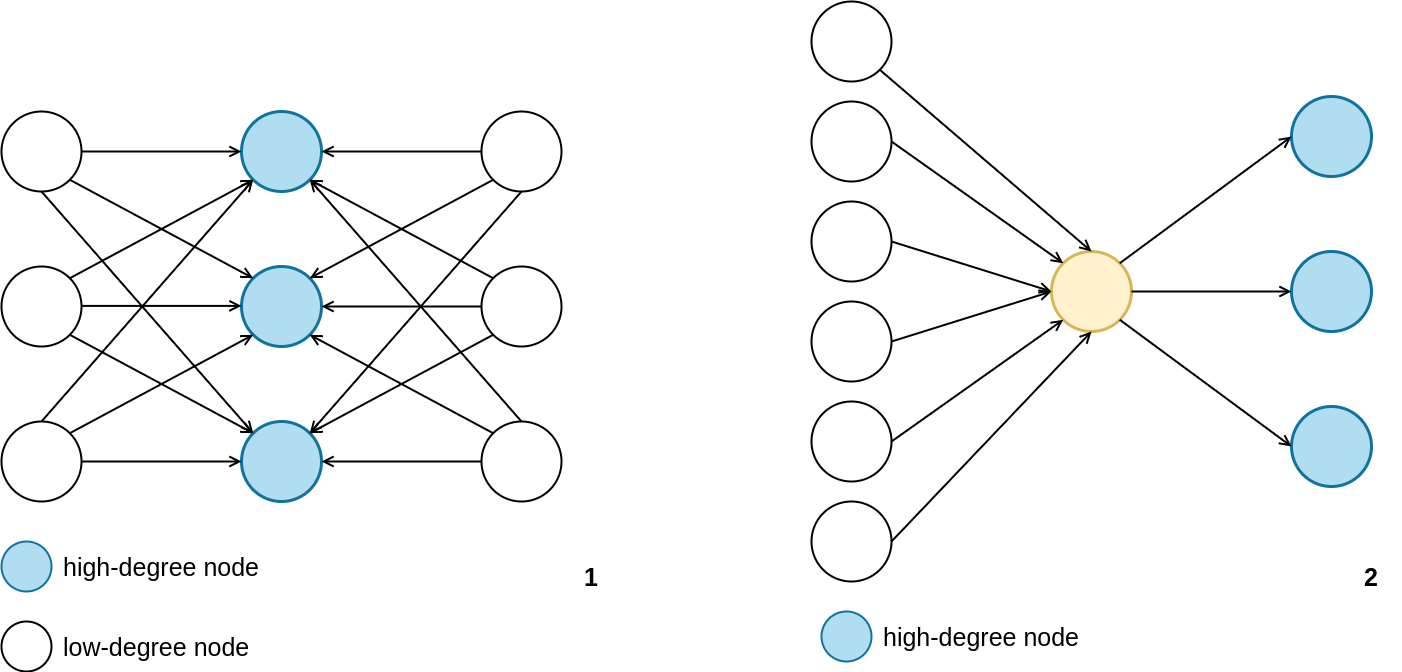
Earlier version of the draw.io export img/dedensification.png (Razyapoo/KGBClusteringDocumentation). Source tidied: cells renumbered, new cells last; positions are measured from the earlier drawing's top-left corner, leaving out a move shared by most shapes. The source it was exported from:
```xml
<mxGraphModel>
  <root>
    <mxCell id="0" />
    <mxCell id="1" parent="0" />
    <mxCell id="2" style="ellipse;whiteSpace=wrap;html=1;strokeColor=#000000;strokeWidth=2;fontSize=28;fontColor=#97D077;fillColor=none;" parent="1" vertex="1">
      <mxGeometry y="110" width="80" height="80" as="geometry" />
    </mxCell>
    <mxCell id="3" style="ellipse;whiteSpace=wrap;html=1;strokeColor=#000000;strokeWidth=2;fontSize=28;fontColor=#97D077;fillColor=none;" parent="1" vertex="1">
      <mxGeometry y="265" width="80" height="80" as="geometry" />
    </mxCell>
    <mxCell id="4" style="ellipse;whiteSpace=wrap;html=1;strokeColor=#000000;strokeWidth=2;fontSize=28;fontColor=#97D077;fillColor=none;" parent="1" vertex="1">
      <mxGeometry y="420" width="80" height="80" as="geometry" />
    </mxCell>
    <mxCell id="5" style="ellipse;whiteSpace=wrap;html=1;strokeWidth=3;fontSize=28;fillColor=#b1ddf0;strokeColor=#10739e;" parent="1" vertex="1">
      <mxGeometry x="240" y="110" width="80" height="80" as="geometry" />
    </mxCell>
    <mxCell id="6" style="ellipse;whiteSpace=wrap;html=1;strokeColor=#10739e;strokeWidth=3;fontSize=28;fillColor=#b1ddf0;" parent="1" vertex="1">
      <mxGeometry x="240" y="265" width="80" height="80" as="geometry" />
    </mxCell>
    <mxCell id="7" style="ellipse;whiteSpace=wrap;html=1;strokeWidth=3;fontSize=28;fillColor=#b1ddf0;strokeColor=#10739e;" parent="1" vertex="1">
      <mxGeometry x="240" y="420" width="80" height="80" as="geometry" />
    </mxCell>
    <mxCell id="8" style="ellipse;whiteSpace=wrap;html=1;strokeColor=#000000;strokeWidth=2;fontSize=28;fontColor=#97D077;fillColor=none;" parent="1" vertex="1">
      <mxGeometry x="480" y="110" width="80" height="80" as="geometry" />
    </mxCell>
    <mxCell id="9" style="ellipse;whiteSpace=wrap;html=1;strokeColor=#000000;strokeWidth=2;fontSize=28;fontColor=#97D077;fillColor=none;" parent="1" vertex="1">
      <mxGeometry x="480" y="265" width="80" height="80" as="geometry" />
    </mxCell>
    <mxCell id="10" style="ellipse;whiteSpace=wrap;html=1;strokeColor=#000000;strokeWidth=2;fontSize=28;fontColor=#97D077;fillColor=none;" parent="1" vertex="1">
      <mxGeometry x="480" y="420" width="80" height="80" as="geometry" />
    </mxCell>
    <mxCell id="11" style="endArrow=open;html=1;rounded=0;fontSize=28;fontColor=#97D077;exitX=1;exitY=0.5;exitDx=0;exitDy=0;entryX=0;entryY=0.5;entryDx=0;entryDy=0;strokeWidth=2;endFill=0;startSize=6;jumpSize=8;jumpStyle=arc;endSize=8;" parent="1" edge="1" source="2" target="5">
      <mxGeometry relative="1" as="geometry" />
    </mxCell>
    <mxCell id="12" style="endArrow=open;html=1;rounded=0;fontSize=28;fontColor=#97D077;entryX=0;entryY=0;entryDx=0;entryDy=0;strokeWidth=2;exitX=1;exitY=1;exitDx=0;exitDy=0;endFill=0;startSize=6;endSize=8;" parent="1" edge="1" source="2" target="6">
      <mxGeometry relative="1" as="geometry" />
    </mxCell>
    <mxCell id="13" style="endArrow=open;html=1;rounded=0;fontSize=28;fontColor=#97D077;strokeWidth=2;exitX=0.5;exitY=1;exitDx=0;exitDy=0;endFill=0;endSize=8;entryX=0;entryY=0;entryDx=0;entryDy=0;" parent="1" edge="1" source="2" target="7">
      <mxGeometry relative="1" as="geometry" />
    </mxCell>
    <mxCell id="14" style="endArrow=open;html=1;rounded=0;fontSize=28;fontColor=#97D077;exitX=1;exitY=0.5;exitDx=0;exitDy=0;entryX=0;entryY=0.5;entryDx=0;entryDy=0;strokeWidth=2;endFill=0;endSize=8;" parent="1" edge="1">
      <mxGeometry relative="1" as="geometry">
        <mxPoint x="80" y="304.4" as="sourcePoint" />
        <mxPoint x="240" y="304.4" as="targetPoint" />
      </mxGeometry>
    </mxCell>
    <mxCell id="15" style="endArrow=open;html=1;rounded=0;fontSize=28;fontColor=#97D077;exitX=0;exitY=0.5;exitDx=0;exitDy=0;entryX=1;entryY=0.5;entryDx=0;entryDy=0;strokeWidth=2;endFill=0;startSize=6;jumpSize=8;jumpStyle=none;endSize=8;" parent="1" edge="1" source="8" target="5">
      <mxGeometry relative="1" as="geometry" />
    </mxCell>
    <mxCell id="16" style="endArrow=open;html=1;rounded=0;fontSize=28;fontColor=#97D077;exitX=0;exitY=1;exitDx=0;exitDy=0;entryX=1;entryY=0;entryDx=0;entryDy=0;strokeWidth=2;endFill=0;startSize=6;jumpSize=8;jumpStyle=arc;endSize=8;" parent="1" edge="1" source="8" target="6">
      <mxGeometry relative="1" as="geometry" />
    </mxCell>
    <mxCell id="17" style="endArrow=open;html=1;rounded=0;fontSize=28;fontColor=#97D077;exitX=0.5;exitY=1;exitDx=0;exitDy=0;entryX=1;entryY=0;entryDx=0;entryDy=0;strokeWidth=2;endFill=0;startSize=6;jumpSize=8;jumpStyle=arc;endSize=8;" parent="1" edge="1" source="8" target="7">
      <mxGeometry relative="1" as="geometry" />
    </mxCell>
    <mxCell id="18" style="endArrow=open;html=1;rounded=0;fontSize=28;fontColor=#97D077;strokeWidth=2;exitX=1;exitY=1;exitDx=0;exitDy=0;endFill=0;endSize=8;entryX=0;entryY=0;entryDx=0;entryDy=0;" parent="1" edge="1" source="3" target="7">
      <mxGeometry relative="1" as="geometry" />
    </mxCell>
    <mxCell id="19" style="endArrow=open;html=1;rounded=0;fontSize=28;fontColor=#97D077;strokeWidth=2;endFill=0;endSize=8;entryX=0;entryY=0.5;entryDx=0;entryDy=0;exitX=1;exitY=0.5;exitDx=0;exitDy=0;" parent="1" edge="1" source="4" target="7">
      <mxGeometry relative="1" as="geometry" />
    </mxCell>
    <mxCell id="20" style="endArrow=open;html=1;rounded=0;fontSize=28;fontColor=#97D077;exitX=1;exitY=0;exitDx=0;exitDy=0;entryX=0;entryY=1;entryDx=0;entryDy=0;strokeWidth=2;endFill=0;endSize=8;" parent="1" edge="1" source="3" target="5">
      <mxGeometry relative="1" as="geometry" />
    </mxCell>
    <mxCell id="21" style="endArrow=open;html=1;rounded=0;fontSize=28;fontColor=#97D077;exitX=1;exitY=0;exitDx=0;exitDy=0;entryX=0;entryY=1;entryDx=0;entryDy=0;strokeWidth=2;endFill=0;endSize=8;" parent="1" edge="1" source="4" target="6">
      <mxGeometry relative="1" as="geometry" />
    </mxCell>
    <mxCell id="22" style="endArrow=open;html=1;rounded=0;fontSize=28;fontColor=#97D077;exitX=0.5;exitY=0;exitDx=0;exitDy=0;strokeWidth=2;endFill=0;endSize=8;entryX=0;entryY=1;entryDx=0;entryDy=0;" parent="1" edge="1" source="4" target="5">
      <mxGeometry relative="1" as="geometry" />
    </mxCell>
    <mxCell id="23" style="endArrow=open;html=1;rounded=0;fontSize=28;fontColor=#97D077;exitX=0;exitY=0.5;exitDx=0;exitDy=0;entryX=1;entryY=0.5;entryDx=0;entryDy=0;strokeWidth=2;endFill=0;startSize=6;jumpSize=8;jumpStyle=none;endSize=8;" parent="1" edge="1" source="9" target="6">
      <mxGeometry relative="1" as="geometry" />
    </mxCell>
    <mxCell id="24" style="endArrow=open;html=1;rounded=0;fontSize=28;fontColor=#97D077;strokeWidth=2;endFill=0;startSize=6;jumpSize=8;jumpStyle=none;endSize=8;entryX=1;entryY=0.5;entryDx=0;entryDy=0;exitX=0;exitY=0.5;exitDx=0;exitDy=0;" parent="1" edge="1" source="10" target="7">
      <mxGeometry relative="1" as="geometry" />
    </mxCell>
    <mxCell id="25" style="endArrow=open;html=1;rounded=0;fontSize=28;fontColor=#97D077;exitX=0;exitY=1;exitDx=0;exitDy=0;entryX=1;entryY=0;entryDx=0;entryDy=0;strokeWidth=2;endFill=0;startSize=6;jumpSize=8;jumpStyle=none;endSize=8;" parent="1" edge="1" source="9" target="7">
      <mxGeometry relative="1" as="geometry" />
    </mxCell>
    <mxCell id="26" style="endArrow=open;html=1;rounded=0;fontSize=28;fontColor=#97D077;exitX=0;exitY=0;exitDx=0;exitDy=0;entryX=1;entryY=1;entryDx=0;entryDy=0;strokeWidth=2;endFill=0;startSize=6;jumpSize=8;jumpStyle=none;endSize=8;" parent="1" edge="1" source="9" target="5">
      <mxGeometry relative="1" as="geometry" />
    </mxCell>
    <mxCell id="27" style="endArrow=open;html=1;rounded=0;fontSize=28;fontColor=#97D077;exitX=0.5;exitY=0;exitDx=0;exitDy=0;strokeWidth=2;endFill=0;startSize=6;jumpSize=8;jumpStyle=none;endSize=8;entryX=1;entryY=1;entryDx=0;entryDy=0;" parent="1" edge="1" source="10" target="5">
      <mxGeometry relative="1" as="geometry" />
    </mxCell>
    <mxCell id="28" style="endArrow=open;html=1;rounded=0;fontSize=28;fontColor=#97D077;exitX=0;exitY=0;exitDx=0;exitDy=0;entryX=1;entryY=1;entryDx=0;entryDy=0;strokeWidth=2;endFill=0;startSize=6;jumpSize=8;jumpStyle=none;endSize=8;" parent="1" edge="1" source="10" target="6">
      <mxGeometry relative="1" as="geometry" />
    </mxCell>
    <mxCell id="29" style="ellipse;whiteSpace=wrap;html=1;strokeWidth=2;fontSize=28;fillColor=#b1ddf0;strokeColor=#10739e;" parent="1" vertex="1">
      <mxGeometry y="540" width="50" height="50" as="geometry" />
    </mxCell>
    <mxCell id="30" style="ellipse;whiteSpace=wrap;html=1;strokeColor=#000000;strokeWidth=2;fontSize=28;fontColor=#97D077;fillColor=none;" parent="1" vertex="1">
      <mxGeometry y="620" width="50" height="50" as="geometry" />
    </mxCell>
    <mxCell id="31" value="high-degree node" style="text;html=1;strokeColor=none;fillColor=none;align=left;verticalAlign=middle;whiteSpace=wrap;rounded=0;fontSize=25;fontColor=#000000;" parent="1" vertex="1">
      <mxGeometry x="60" y="550" width="250" height="30" as="geometry" />
    </mxCell>
    <mxCell id="32" value="low-degree node" style="text;html=1;strokeColor=none;fillColor=none;align=left;verticalAlign=middle;whiteSpace=wrap;rounded=0;fontSize=25;fontColor=#000000;" parent="1" vertex="1">
      <mxGeometry x="60" y="630" width="250" height="30" as="geometry" />
    </mxCell>
    <mxCell id="33" value="1" style="text;html=1;strokeColor=none;fillColor=none;align=center;verticalAlign=middle;whiteSpace=wrap;rounded=0;fontSize=25;fontColor=#000000;fontStyle=1;" parent="1" vertex="1">
      <mxGeometry x="560" y="560" width="60" height="30" as="geometry" />
    </mxCell>
    <mxCell id="34" style="ellipse;whiteSpace=wrap;html=1;strokeColor=#000000;strokeWidth=2;fontSize=28;fontColor=#97D077;fillColor=none;" parent="1" vertex="1">
      <mxGeometry x="810" width="80" height="80" as="geometry" />
    </mxCell>
    <mxCell id="35" style="ellipse;whiteSpace=wrap;html=1;strokeColor=#000000;strokeWidth=2;fontSize=28;fontColor=#97D077;fillColor=none;" parent="1" vertex="1">
      <mxGeometry x="810" y="100" width="80" height="80" as="geometry" />
    </mxCell>
    <mxCell id="36" style="ellipse;whiteSpace=wrap;html=1;strokeColor=#000000;strokeWidth=2;fontSize=28;fontColor=#97D077;fillColor=none;" parent="1" vertex="1">
      <mxGeometry x="810" y="200" width="80" height="80" as="geometry" />
    </mxCell>
    <mxCell id="37" style="ellipse;whiteSpace=wrap;html=1;strokeColor=#d6b656;strokeWidth=3;fontSize=28;fillColor=#fff2cc;" parent="1" vertex="1">
      <mxGeometry x="1050" y="250" width="80" height="80" as="geometry" />
    </mxCell>
    <mxCell id="38" style="endArrow=open;html=1;rounded=0;fontSize=28;fontColor=#97D077;exitX=1;exitY=1;exitDx=0;exitDy=0;strokeWidth=2;endFill=0;endSize=8;entryX=0.5;entryY=0;entryDx=0;entryDy=0;" parent="1" edge="1" source="34" target="37">
      <mxGeometry relative="1" as="geometry" />
    </mxCell>
    <mxCell id="39" style="ellipse;whiteSpace=wrap;html=1;strokeColor=#000000;strokeWidth=2;fontSize=28;fontColor=#97D077;fillColor=none;" parent="1" vertex="1">
      <mxGeometry x="810" y="300" width="80" height="80" as="geometry" />
    </mxCell>
    <mxCell id="40" style="ellipse;whiteSpace=wrap;html=1;strokeColor=#000000;strokeWidth=2;fontSize=28;fontColor=#97D077;fillColor=none;" parent="1" vertex="1">
      <mxGeometry x="810" y="400" width="80" height="80" as="geometry" />
    </mxCell>
    <mxCell id="41" style="ellipse;whiteSpace=wrap;html=1;strokeColor=#000000;strokeWidth=2;fontSize=28;fontColor=#97D077;fillColor=none;" parent="1" vertex="1">
      <mxGeometry x="810" y="500" width="80" height="80" as="geometry" />
    </mxCell>
    <mxCell id="42" style="ellipse;whiteSpace=wrap;html=1;strokeWidth=3;fontSize=28;fillColor=#b1ddf0;strokeColor=#10739e;" parent="1" vertex="1">
      <mxGeometry x="1290" y="95" width="80" height="80" as="geometry" />
    </mxCell>
    <mxCell id="43" style="ellipse;whiteSpace=wrap;html=1;strokeColor=#10739e;strokeWidth=3;fontSize=28;fillColor=#b1ddf0;" parent="1" vertex="1">
      <mxGeometry x="1290" y="250" width="80" height="80" as="geometry" />
    </mxCell>
    <mxCell id="44" style="ellipse;whiteSpace=wrap;html=1;strokeWidth=3;fontSize=28;fillColor=#b1ddf0;strokeColor=#10739e;" parent="1" vertex="1">
      <mxGeometry x="1290" y="405" width="80" height="80" as="geometry" />
    </mxCell>
    <mxCell id="45" style="endArrow=open;html=1;rounded=0;fontSize=28;fontColor=#97D077;exitX=1;exitY=0.5;exitDx=0;exitDy=0;strokeWidth=2;endFill=0;endSize=8;entryX=0;entryY=0;entryDx=0;entryDy=0;" parent="1" edge="1" source="35" target="37">
      <mxGeometry relative="1" as="geometry" />
    </mxCell>
    <mxCell id="46" style="endArrow=open;html=1;rounded=0;fontSize=28;fontColor=#97D077;exitX=1;exitY=0.5;exitDx=0;exitDy=0;strokeWidth=2;endFill=0;endSize=8;entryX=0;entryY=0.5;entryDx=0;entryDy=0;" parent="1" edge="1" source="36" target="37">
      <mxGeometry relative="1" as="geometry" />
    </mxCell>
    <mxCell id="47" style="endArrow=open;html=1;rounded=0;fontSize=28;fontColor=#97D077;exitX=1;exitY=0.5;exitDx=0;exitDy=0;strokeWidth=2;endFill=0;endSize=8;entryX=0;entryY=0.5;entryDx=0;entryDy=0;" parent="1" edge="1" source="39" target="37">
      <mxGeometry relative="1" as="geometry" />
    </mxCell>
    <mxCell id="48" style="endArrow=open;html=1;rounded=0;fontSize=28;fontColor=#97D077;exitX=1;exitY=0.5;exitDx=0;exitDy=0;strokeWidth=2;endFill=0;endSize=8;entryX=0;entryY=1;entryDx=0;entryDy=0;" parent="1" edge="1" source="40" target="37">
      <mxGeometry relative="1" as="geometry" />
    </mxCell>
    <mxCell id="49" style="endArrow=open;html=1;rounded=0;fontSize=28;fontColor=#97D077;exitX=1;exitY=0.5;exitDx=0;exitDy=0;strokeWidth=2;endFill=0;endSize=8;entryX=0.5;entryY=1;entryDx=0;entryDy=0;" parent="1" edge="1" source="41" target="37">
      <mxGeometry relative="1" as="geometry" />
    </mxCell>
    <mxCell id="50" style="endArrow=open;html=1;rounded=0;fontSize=28;fontColor=#97D077;exitX=1;exitY=1;exitDx=0;exitDy=0;strokeWidth=2;endFill=0;endSize=8;entryX=0;entryY=0.5;entryDx=0;entryDy=0;" parent="1" edge="1" source="37" target="44">
      <mxGeometry relative="1" as="geometry" />
    </mxCell>
    <mxCell id="51" style="endArrow=open;html=1;rounded=0;fontSize=28;fontColor=#97D077;exitX=1;exitY=0.5;exitDx=0;exitDy=0;strokeWidth=2;endFill=0;endSize=8;entryX=0;entryY=0.5;entryDx=0;entryDy=0;" parent="1" edge="1" source="37" target="43">
      <mxGeometry relative="1" as="geometry" />
    </mxCell>
    <mxCell id="52" style="endArrow=open;html=1;rounded=0;fontSize=28;fontColor=#97D077;exitX=1;exitY=0;exitDx=0;exitDy=0;strokeWidth=2;endFill=0;endSize=8;entryX=0;entryY=0.5;entryDx=0;entryDy=0;" parent="1" edge="1" source="37" target="42">
      <mxGeometry relative="1" as="geometry" />
    </mxCell>
    <mxCell id="53" style="ellipse;whiteSpace=wrap;html=1;strokeWidth=2;fontSize=28;fillColor=#b1ddf0;strokeColor=#10739e;" parent="1" vertex="1">
      <mxGeometry x="820" y="610" width="50" height="50" as="geometry" />
    </mxCell>
    <mxCell id="54" value="high-degree node" style="text;html=1;strokeColor=none;fillColor=none;align=left;verticalAlign=middle;whiteSpace=wrap;rounded=0;fontSize=25;fontColor=#000000;" parent="1" vertex="1">
      <mxGeometry x="880" y="620" width="250" height="30" as="geometry" />
    </mxCell>
    <mxCell id="55" value="2" style="text;html=1;strokeColor=none;fillColor=none;align=center;verticalAlign=middle;whiteSpace=wrap;rounded=0;fontSize=25;fontColor=#000000;fontStyle=1;" parent="1" vertex="1">
      <mxGeometry x="1340" y="560" width="60" height="30" as="geometry" />
    </mxCell>
  </root>
</mxGraphModel>
```
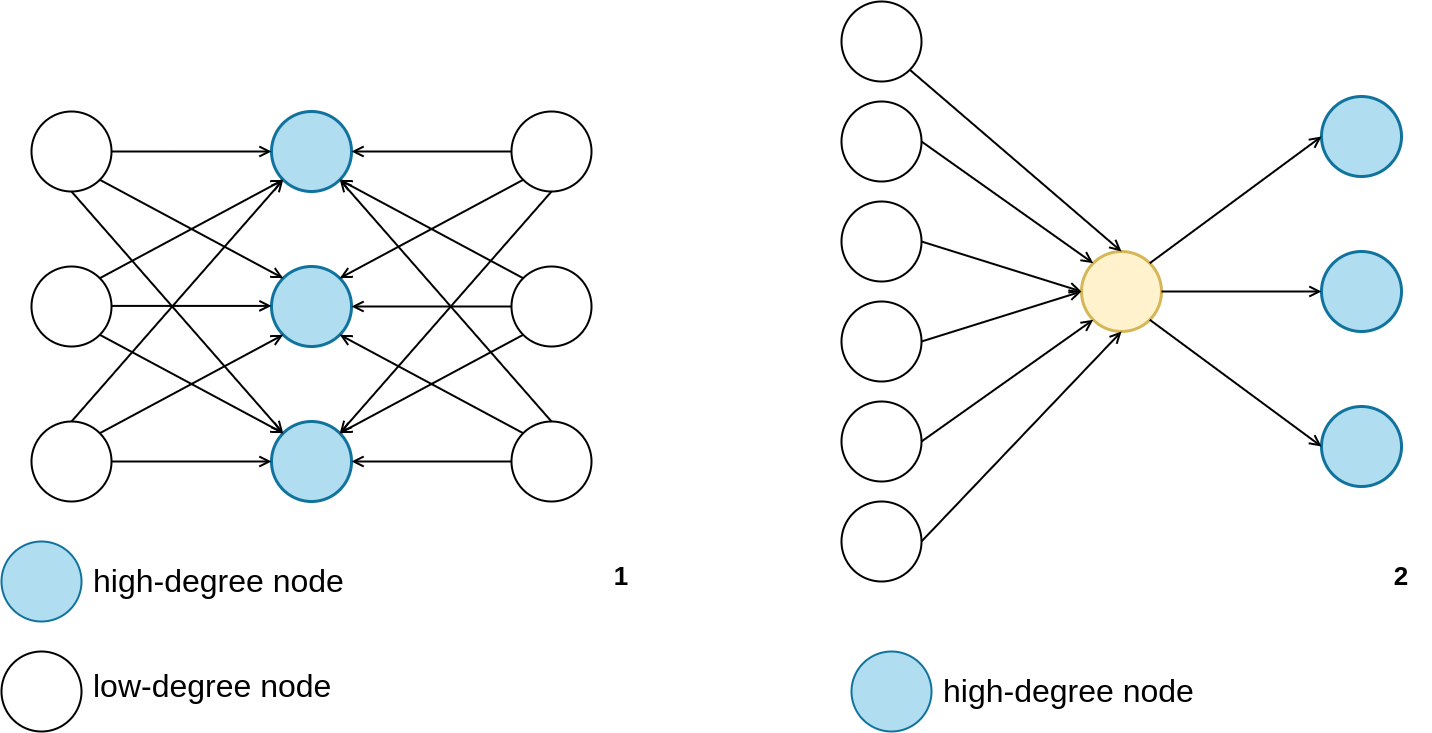
After the change.

Commit message:
change dedensification image size

Change to the diagram source:
```diff
@@ -87,18 +87,18 @@
       <mxGeometry relative="1" as="geometry" />
     </mxCell>
     <mxCell id="29" style="ellipse;whiteSpace=wrap;html=1;strokeWidth=2;fontSize=28;fillColor=#b1ddf0;strokeColor=#10739e;" parent="1" vertex="1">
-      <mxGeometry y="540" width="50" height="50" as="geometry" />
+      <mxGeometry x="-30" y="540" width="80" height="80" as="geometry" />
     </mxCell>
     <mxCell id="30" style="ellipse;whiteSpace=wrap;html=1;strokeColor=#000000;strokeWidth=2;fontSize=28;fontColor=#97D077;fillColor=none;" parent="1" vertex="1">
-      <mxGeometry y="620" width="50" height="50" as="geometry" />
+      <mxGeometry x="-30" y="650" width="80" height="80" as="geometry" />
     </mxCell>
-    <mxCell id="31" value="high-degree node" style="text;html=1;strokeColor=none;fillColor=none;align=left;verticalAlign=middle;whiteSpace=wrap;rounded=0;fontSize=25;fontColor=#000000;" parent="1" vertex="1">
-      <mxGeometry x="60" y="550" width="250" height="30" as="geometry" />
+    <mxCell id="31" value="high-degree node" style="text;html=1;strokeColor=none;fillColor=none;align=left;verticalAlign=middle;whiteSpace=wrap;rounded=0;fontSize=32;fontColor=#000000;" parent="1" vertex="1">
+      <mxGeometry x="60" y="565" width="290" height="30" as="geometry" />
     </mxCell>
-    <mxCell id="32" value="low-degree node" style="text;html=1;strokeColor=none;fillColor=none;align=left;verticalAlign=middle;whiteSpace=wrap;rounded=0;fontSize=25;fontColor=#000000;" parent="1" vertex="1">
-      <mxGeometry x="60" y="630" width="250" height="30" as="geometry" />
+    <mxCell id="32" value="low-degree node" style="text;html=1;strokeColor=none;fillColor=none;align=left;verticalAlign=middle;whiteSpace=wrap;rounded=0;fontSize=32;fontColor=#000000;" parent="1" vertex="1">
+      <mxGeometry x="60" y="670" width="320" height="30" as="geometry" />
     </mxCell>
-    <mxCell id="33" value="1" style="text;html=1;strokeColor=none;fillColor=none;align=center;verticalAlign=middle;whiteSpace=wrap;rounded=0;fontSize=25;fontColor=#000000;fontStyle=1;" parent="1" vertex="1">
+    <mxCell id="33" value="1" style="text;html=1;strokeColor=none;fillColor=none;align=center;verticalAlign=middle;whiteSpace=wrap;rounded=0;fontSize=26;fontColor=#000000;fontStyle=1;" parent="1" vertex="1">
       <mxGeometry x="560" y="560" width="60" height="30" as="geometry" />
     </mxCell>
     <mxCell id="34" style="ellipse;whiteSpace=wrap;html=1;strokeColor=#000000;strokeWidth=2;fontSize=28;fontColor=#97D077;fillColor=none;" parent="1" vertex="1">
@@ -158,14 +158,14 @@
     <mxCell id="52" style="endArrow=open;html=1;rounded=0;fontSize=28;fontColor=#97D077;exitX=1;exitY=0;exitDx=0;exitDy=0;strokeWidth=2;endFill=0;endSize=8;entryX=0;entryY=0.5;entryDx=0;entryDy=0;" parent="1" edge="1" source="37" target="42">
       <mxGeometry relative="1" as="geometry" />
     </mxCell>
-    <mxCell id="53" style="ellipse;whiteSpace=wrap;html=1;strokeWidth=2;fontSize=28;fillColor=#b1ddf0;strokeColor=#10739e;" parent="1" vertex="1">
-      <mxGeometry x="820" y="610" width="50" height="50" as="geometry" />
-    </mxCell>
+    <mxCell id="55" value="2" style="text;html=1;strokeColor=none;fillColor=none;align=center;verticalAlign=middle;whiteSpace=wrap;rounded=0;fontSize=26;fontColor=#000000;fontStyle=1;" parent="1" vertex="1">
+      <mxGeometry x="1340" y="560" width="60" height="30" as="geometry" />
+    </mxCell>
+    <mxCell id="56" style="ellipse;whiteSpace=wrap;html=1;strokeWidth=2;fontSize=28;fillColor=#b1ddf0;strokeColor=#10739e;" parent="1" vertex="1">
+      <mxGeometry x="820" y="650" width="80" height="80" as="geometry" />
+    </mxCell>
-    <mxCell id="54" value="high-degree node" style="text;html=1;strokeColor=none;fillColor=none;align=left;verticalAlign=middle;whiteSpace=wrap;rounded=0;fontSize=25;fontColor=#000000;" parent="1" vertex="1">
-      <mxGeometry x="880" y="620" width="250" height="30" as="geometry" />
+    <mxCell id="54" value="high-degree node" style="text;html=1;strokeColor=none;fillColor=none;align=left;verticalAlign=middle;whiteSpace=wrap;rounded=0;fontSize=32;fontColor=#000000;" parent="1" vertex="1">
+      <mxGeometry x="910" y="675" width="290" height="30" as="geometry" />
     </mxCell>
-    <mxCell id="55" value="2" style="text;html=1;strokeColor=none;fillColor=none;align=center;verticalAlign=middle;whiteSpace=wrap;rounded=0;fontSize=25;fontColor=#000000;fontStyle=1;" parent="1" vertex="1">
-      <mxGeometry x="1340" y="560" width="60" height="30" as="geometry" />
-    </mxCell>
   </root>
 </mxGraphModel>
```
